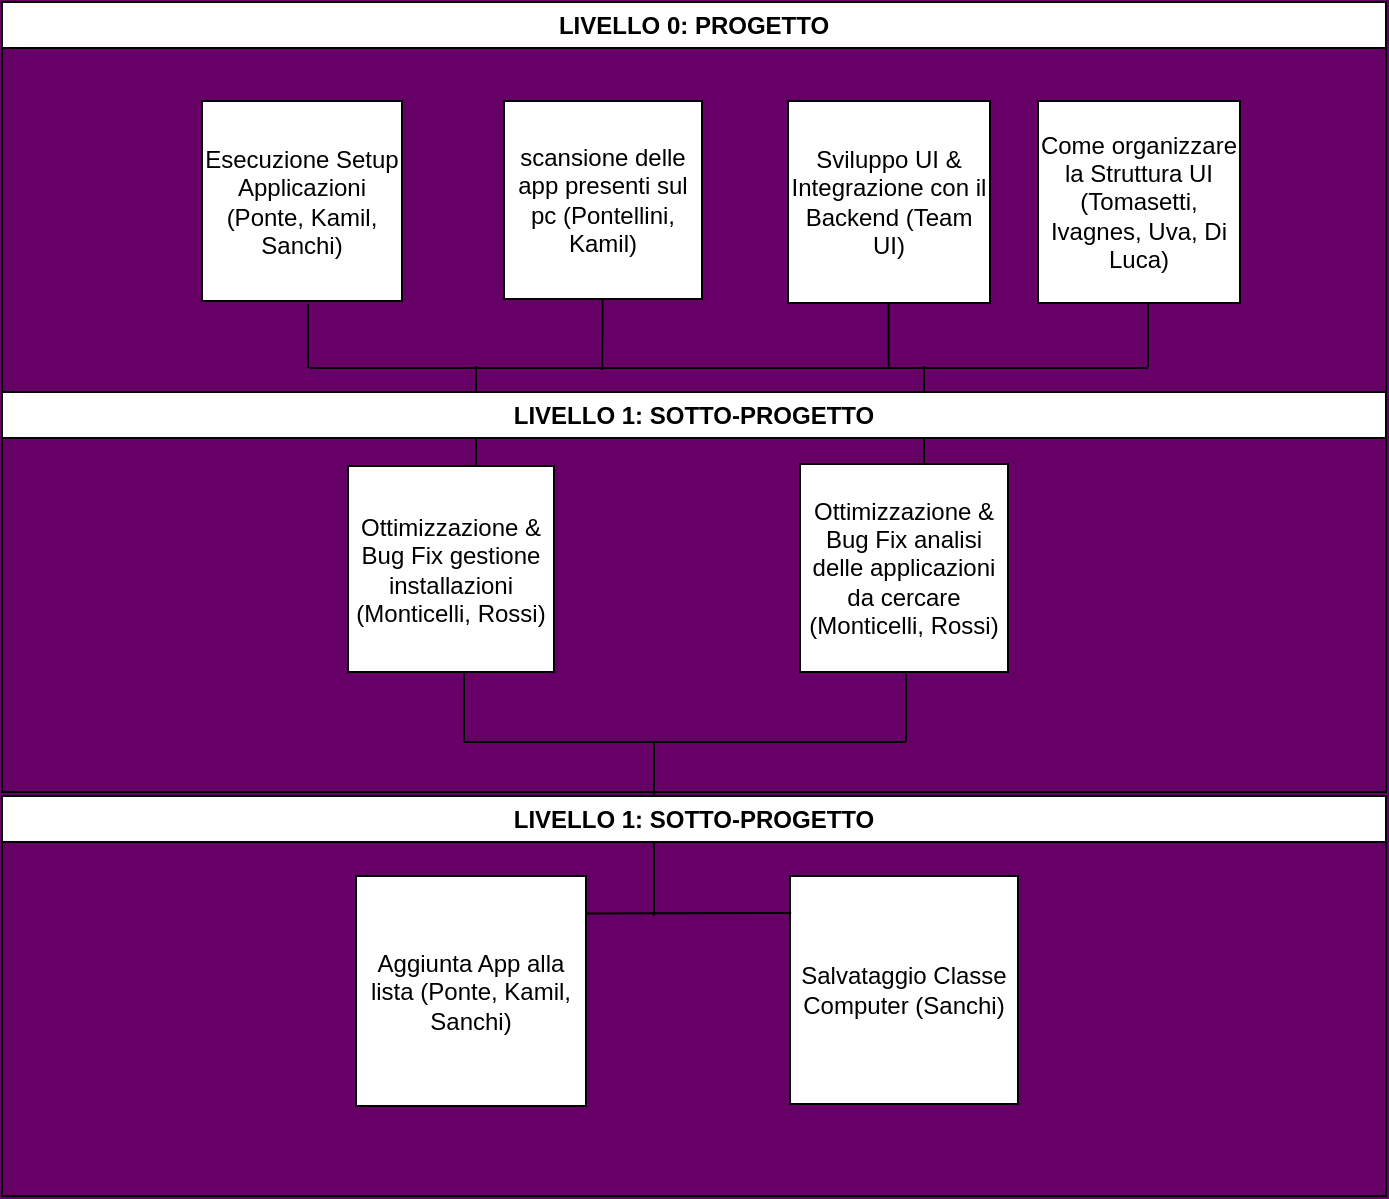
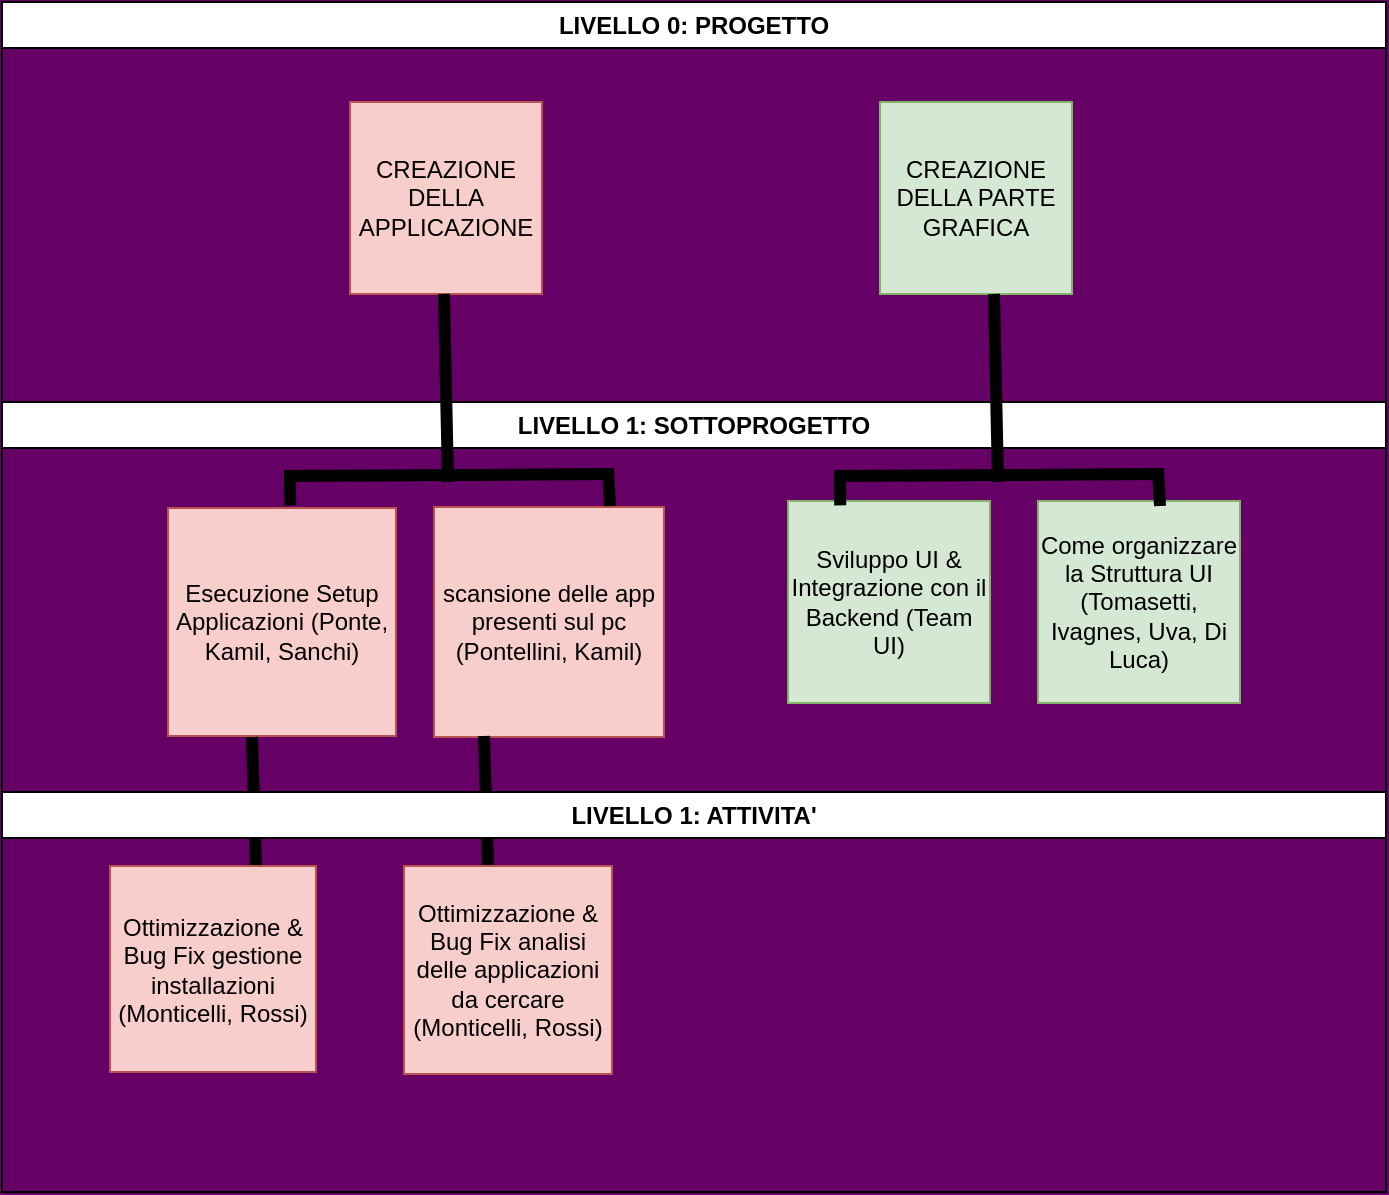
<mxfile host="65bd71144e">
    <diagram id="8BaDLxpBYahv4rUdU4Tn" name="Page-1">
-         <mxGraphModel dx="805" dy="708" grid="0" gridSize="10" guides="1" tooltips="1" connect="1" arrows="0" fold="1" page="1" pageScale="1" pageWidth="827" pageHeight="1169" background="#660066" math="0" shadow="0" adaptiveColors="auto">
+         <mxGraphModel dx="871" dy="486" grid="0" gridSize="10" guides="1" tooltips="1" connect="1" arrows="0" fold="1" page="1" pageScale="1" pageWidth="827" pageHeight="1169" background="#660066" math="0" shadow="0" adaptiveColors="auto">
            <root>
                <mxCell id="0"/>
                <mxCell id="1" parent="0"/>
-                 <mxCell id="39" value="LIVELLO 0: PROGETTO" style="swimlane;whiteSpace=wrap;html=1;" vertex="1" parent="1">
+                 <mxCell id="39" value="LIVELLO 1: SOTTOPROGETTO" style="swimlane;whiteSpace=wrap;html=1;" parent="1" vertex="1">
                    <mxGeometry x="37" y="289" width="692" height="200" as="geometry"/>
                </mxCell>
-                 <mxCell id="28" value="scansione delle app presenti sul pc (Pontellini, Kamil)" style="whiteSpace=wrap;html=1;aspect=fixed;" vertex="1" parent="39">
-                     <mxGeometry x="251" y="49.5" width="99" height="99" as="geometry"/>
+                 <mxCell id="28" value="scansione delle app presenti sul pc (Pontellini, Kamil)" style="whiteSpace=wrap;html=1;aspect=fixed;fillColor=#f8cecc;strokeColor=#b85450;" parent="39" vertex="1">
+                     <mxGeometry x="216" y="52.5" width="115" height="115" as="geometry"/>
                </mxCell>
-                 <mxCell id="33" value="Esecuzione Setup Applicazioni (Ponte, Kamil, Sanchi)" style="whiteSpace=wrap;html=1;aspect=fixed;" vertex="1" parent="39">
-                     <mxGeometry x="100" y="49.5" width="100" height="100" as="geometry"/>
+                 <mxCell id="33" value="Esecuzione Setup Applicazioni (Ponte, Kamil, Sanchi)" style="whiteSpace=wrap;html=1;aspect=fixed;fillColor=#f8cecc;strokeColor=#b85450;" parent="39" vertex="1">
+                     <mxGeometry x="83" y="53" width="114" height="114" as="geometry"/>
                </mxCell>
-                 <mxCell id="36" value="Sviluppo UI &amp;amp; Integrazione con il Backend (Team UI)" style="whiteSpace=wrap;html=1;aspect=fixed;" vertex="1" parent="39">
+                 <mxCell id="36" value="Sviluppo UI &amp;amp; Integrazione con il Backend (Team UI)" style="whiteSpace=wrap;html=1;aspect=fixed;fillColor=#d5e8d4;strokeColor=#82b366;" parent="39" vertex="1">
                    <mxGeometry x="393" y="49.5" width="101" height="101" as="geometry"/>
                </mxCell>
-                 <mxCell id="35" value="Come organizzare la Struttura UI (Tomasetti, Ivagnes, Uva, Di Luca)" style="whiteSpace=wrap;html=1;aspect=fixed;" vertex="1" parent="39">
+                 <mxCell id="35" value="Come organizzare la Struttura UI (Tomasetti, Ivagnes, Uva, Di Luca)" style="whiteSpace=wrap;html=1;aspect=fixed;fillColor=#d5e8d4;strokeColor=#82b366;" parent="39" vertex="1">
                    <mxGeometry x="518" y="49.5" width="101" height="101" as="geometry"/>
                </mxCell>
-                 <mxCell id="48" value="" style="endArrow=none;html=1;" edge="1" parent="39">
+                 <mxCell id="69" value="" style="endArrow=none;html=1;strokeWidth=6;" edge="1" parent="39">
                    <mxGeometry width="50" height="50" relative="1" as="geometry">
-                         <mxPoint x="153" y="183" as="sourcePoint"/>
-                         <mxPoint x="153" y="151" as="targetPoint"/>
+                         <mxPoint x="141" y="37" as="sourcePoint"/>
+                         <mxPoint x="306" y="36" as="targetPoint"/>
                    </mxGeometry>
                </mxCell>
-                 <mxCell id="49" value="" style="endArrow=none;html=1;" edge="1" parent="39">
+                 <mxCell id="70" value="" style="endArrow=none;html=1;strokeWidth=6;exitX=0.447;exitY=0.012;exitDx=0;exitDy=0;exitPerimeter=0;" edge="1" parent="39">
                    <mxGeometry width="50" height="50" relative="1" as="geometry">
-                         <mxPoint x="300" y="184" as="sourcePoint"/>
-                         <mxPoint x="300.33000000000004" y="148.5" as="targetPoint"/>
+                         <mxPoint x="144.1" y="51.69999999999999" as="sourcePoint"/>
+                         <mxPoint x="144" y="36" as="targetPoint"/>
                    </mxGeometry>
                </mxCell>
-                 <mxCell id="50" value="" style="endArrow=none;html=1;" edge="1" parent="39">
+                 <mxCell id="71" value="" style="endArrow=none;html=1;strokeWidth=6;" edge="1" parent="39">
                    <mxGeometry width="50" height="50" relative="1" as="geometry">
-                         <mxPoint x="443.33" y="182.5" as="sourcePoint"/>
-                         <mxPoint x="443.33" y="150.5" as="targetPoint"/>
+                         <mxPoint x="304" y="52" as="sourcePoint"/>
+                         <mxPoint x="303" y="33.80000000000001" as="targetPoint"/>
                    </mxGeometry>
                </mxCell>
-                 <mxCell id="51" value="" style="endArrow=none;html=1;" edge="1" parent="39">
+                 <mxCell id="78" value="" style="endArrow=none;html=1;strokeWidth=6;entryX=0.291;entryY=0.995;entryDx=0;entryDy=0;entryPerimeter=0;" edge="1" parent="39">
                    <mxGeometry width="50" height="50" relative="1" as="geometry">
-                         <mxPoint x="572.9999999999999" y="182.5" as="sourcePoint"/>
-                         <mxPoint x="572.9999999999999" y="150.5" as="targetPoint"/>
+                         <mxPoint x="127" y="232.5" as="sourcePoint"/>
+                         <mxPoint x="125" y="167.5" as="targetPoint"/>
                    </mxGeometry>
                </mxCell>
-                 <mxCell id="52" value="" style="endArrow=none;html=1;" edge="1" parent="39">
+                 <mxCell id="79" value="" style="endArrow=none;html=1;strokeWidth=6;entryX=0.291;entryY=0.995;entryDx=0;entryDy=0;entryPerimeter=0;" edge="1" parent="39">
                    <mxGeometry width="50" height="50" relative="1" as="geometry">
-                         <mxPoint x="154" y="183" as="sourcePoint"/>
-                         <mxPoint x="573" y="183" as="targetPoint"/>
+                         <mxPoint x="243" y="232" as="sourcePoint"/>
+                         <mxPoint x="241" y="167" as="targetPoint"/>
                    </mxGeometry>
                </mxCell>
-                 <mxCell id="53" value="" style="endArrow=none;html=1;" edge="1" parent="39">
+                 <mxCell id="60" value="LIVELLO 0: PROGETTO" style="swimlane;whiteSpace=wrap;html=1;" vertex="1" parent="1">
+                     <mxGeometry x="37" y="89" width="692" height="200" as="geometry"/>
+                 </mxCell>
+                 <mxCell id="65" value="CREAZIONE DELLA APPLICAZIONE" style="whiteSpace=wrap;html=1;aspect=fixed;fillColor=#f8cecc;strokeColor=#b85450;" vertex="1" parent="60">
+                     <mxGeometry x="174" y="50" width="96" height="96" as="geometry"/>
+                 </mxCell>
+                 <mxCell id="66" value="CREAZIONE DELLA PARTE GRAFICA" style="whiteSpace=wrap;html=1;aspect=fixed;fillColor=#d5e8d4;strokeColor=#82b366;" vertex="1" parent="60">
+                     <mxGeometry x="439" y="50" width="96" height="96" as="geometry"/>
+                 </mxCell>
+                 <mxCell id="80" value="" style="endArrow=none;html=1;strokeWidth=6;entryX=0.291;entryY=0.995;entryDx=0;entryDy=0;entryPerimeter=0;" edge="1" parent="60">
                    <mxGeometry width="50" height="50" relative="1" as="geometry">
-                         <mxPoint x="237" y="235" as="sourcePoint"/>
-                         <mxPoint x="237" y="182" as="targetPoint"/>
+                         <mxPoint x="223" y="240" as="sourcePoint"/>
+                         <mxPoint x="221" y="146" as="targetPoint"/>
                    </mxGeometry>
                </mxCell>
-                 <mxCell id="54" value="" style="endArrow=none;html=1;" edge="1" parent="39">
+                 <mxCell id="81" value="" style="endArrow=none;html=1;strokeWidth=6;" edge="1" parent="60">
                    <mxGeometry width="50" height="50" relative="1" as="geometry">
-                         <mxPoint x="461" y="236" as="sourcePoint"/>
-                         <mxPoint x="461" y="182" as="targetPoint"/>
+                         <mxPoint x="416" y="237" as="sourcePoint"/>
+                         <mxPoint x="581" y="236" as="targetPoint"/>
                    </mxGeometry>
                </mxCell>
-                 <mxCell id="40" value="LIVELLO 1: SOTTO-PROGETTO" style="swimlane;whiteSpace=wrap;html=1;" vertex="1" parent="1">
+                 <mxCell id="82" value="" style="endArrow=none;html=1;strokeWidth=6;exitX=0.447;exitY=0.012;exitDx=0;exitDy=0;exitPerimeter=0;" edge="1" parent="60">
+                     <mxGeometry width="50" height="50" relative="1" as="geometry">
+                         <mxPoint x="419.1" y="251.7" as="sourcePoint"/>
+                         <mxPoint x="419" y="236" as="targetPoint"/>
+                     </mxGeometry>
+                 </mxCell>
+                 <mxCell id="83" value="" style="endArrow=none;html=1;strokeWidth=6;" edge="1" parent="60">
+                     <mxGeometry width="50" height="50" relative="1" as="geometry">
+                         <mxPoint x="579" y="252" as="sourcePoint"/>
+                         <mxPoint x="578" y="233.8" as="targetPoint"/>
+                     </mxGeometry>
+                 </mxCell>
+                 <mxCell id="84" value="" style="endArrow=none;html=1;strokeWidth=6;entryX=0.291;entryY=0.995;entryDx=0;entryDy=0;entryPerimeter=0;" edge="1" parent="60">
+                     <mxGeometry width="50" height="50" relative="1" as="geometry">
+                         <mxPoint x="498" y="240" as="sourcePoint"/>
+                         <mxPoint x="496" y="146" as="targetPoint"/>
+                     </mxGeometry>
+                 </mxCell>
+                 <mxCell id="40" value="LIVELLO 1: ATTIVITA&#39;" style="swimlane;whiteSpace=wrap;html=1;" parent="1" vertex="1">
                    <mxGeometry x="37" y="484" width="692" height="200" as="geometry"/>
                </mxCell>
-                 <mxCell id="32" value="Ottimizzazione &amp;amp; Bug Fix gestione installazioni (Monticelli, Rossi)" style="whiteSpace=wrap;html=1;aspect=fixed;" vertex="1" parent="40">
-                     <mxGeometry x="173" y="37" width="103" height="103" as="geometry"/>
+                 <mxCell id="32" value="Ottimizzazione &amp;amp; Bug Fix gestione installazioni (Monticelli, Rossi)" style="whiteSpace=wrap;html=1;aspect=fixed;fillColor=#f8cecc;strokeColor=#b85450;" parent="40" vertex="1">
+                     <mxGeometry x="54" y="37" width="103" height="103" as="geometry"/>
                </mxCell>
-                 <mxCell id="30" value="Ottimizzazione &amp;amp; Bug Fix analisi delle applicazioni da cercare (Monticelli, Rossi)" style="whiteSpace=wrap;html=1;aspect=fixed;" vertex="1" parent="40">
-                     <mxGeometry x="399" y="36" width="104" height="104" as="geometry"/>
-                 </mxCell>
-                 <mxCell id="55" value="" style="endArrow=none;html=1;" edge="1" parent="40">
-                     <mxGeometry width="50" height="50" relative="1" as="geometry">
-                         <mxPoint x="231" y="175" as="sourcePoint"/>
-                         <mxPoint x="231" y="140" as="targetPoint"/>
-                     </mxGeometry>
-                 </mxCell>
-                 <mxCell id="56" value="" style="endArrow=none;html=1;" edge="1" parent="40">
-                     <mxGeometry width="50" height="50" relative="1" as="geometry">
-                         <mxPoint x="452" y="175" as="sourcePoint"/>
-                         <mxPoint x="452" y="141" as="targetPoint"/>
-                     </mxGeometry>
-                 </mxCell>
-                 <mxCell id="57" value="" style="endArrow=none;html=1;" edge="1" parent="40">
-                     <mxGeometry width="50" height="50" relative="1" as="geometry">
-                         <mxPoint x="231" y="175" as="sourcePoint"/>
-                         <mxPoint x="452" y="175" as="targetPoint"/>
-                     </mxGeometry>
-                 </mxCell>
-                 <mxCell id="59" value="" style="endArrow=none;html=1;" edge="1" parent="40">
-                     <mxGeometry width="50" height="50" relative="1" as="geometry">
-                         <mxPoint x="326" y="262" as="sourcePoint"/>
-                         <mxPoint x="326" y="175" as="targetPoint"/>
-                     </mxGeometry>
-                 </mxCell>
-                 <mxCell id="45" value="LIVELLO 1: SOTTO-PROGETTO" style="swimlane;whiteSpace=wrap;html=1;" vertex="1" parent="1">
-                     <mxGeometry x="37" y="686" width="692" height="200" as="geometry"/>
-                 </mxCell>
-                 <mxCell id="31" value="Aggiunta App alla lista (Ponte, Kamil, Sanchi)" style="whiteSpace=wrap;html=1;aspect=fixed;" vertex="1" parent="45">
-                     <mxGeometry x="177" y="40" width="115" height="115" as="geometry"/>
-                 </mxCell>
-                 <mxCell id="29" value="Salvataggio Classe Computer (Sanchi)" style="whiteSpace=wrap;html=1;aspect=fixed;" vertex="1" parent="45">
-                     <mxGeometry x="394" y="40" width="114" height="114" as="geometry"/>
-                 </mxCell>
-                 <mxCell id="60" value="" style="endArrow=none;html=1;entryX=0.005;entryY=0.162;entryDx=0;entryDy=0;entryPerimeter=0;exitX=1;exitY=0.163;exitDx=0;exitDy=0;exitPerimeter=0;" edge="1" parent="45" source="31" target="29">
-                     <mxGeometry width="50" height="50" relative="1" as="geometry">
-                         <mxPoint x="304" y="84" as="sourcePoint"/>
-                         <mxPoint x="354" y="34" as="targetPoint"/>
-                     </mxGeometry>
+                 <mxCell id="30" value="Ottimizzazione &amp;amp; Bug Fix analisi delle applicazioni da cercare (Monticelli, Rossi)" style="whiteSpace=wrap;html=1;aspect=fixed;fillColor=#f8cecc;strokeColor=#b85450;" parent="40" vertex="1">
+                     <mxGeometry x="201" y="37" width="104" height="104" as="geometry"/>
                </mxCell>
            </root>
        </mxGraphModel>
    </diagram>
</mxfile>